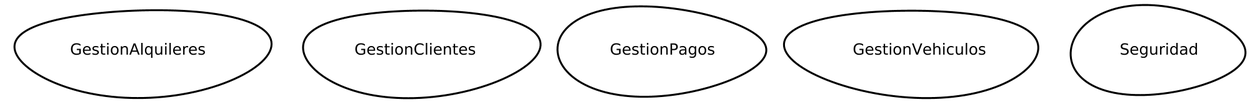
Before: src-gen/HuamanAlquiler_ContextMap.png, a diagram exported from Graphviz (M4rc0HR/SWIIIHuamanAlquiler). Its source is kept beside it as src-gen/HuamanAlquiler_ContextMap.gv. The source it was exported from:
```dot
digraph "ContextMapGraph" {
graph ["imagepath"="/tmp/GraphvizJava"]
"GestionAlquileres" ["margin"="0.3","orientation"="331","shape"="egg","fontsize"="16","style"="bold","label"="GestionAlquileres\n","fontname"="sans-serif"]
"GestionClientes" ["margin"="0.3","orientation"="309","shape"="egg","fontsize"="16","style"="bold","label"="GestionClientes\n","fontname"="sans-serif"]
"GestionPagos" ["margin"="0.3","orientation"="112","shape"="egg","fontsize"="16","style"="bold","label"="GestionPagos\n","fontname"="sans-serif"]
"GestionVehiculos" ["margin"="0.3","orientation"="68","shape"="egg","fontsize"="16","style"="bold","label"="GestionVehiculos\n","fontname"="sans-serif"]
"Seguridad" ["margin"="0.3","orientation"="115","shape"="egg","fontsize"="16","style"="bold","label"="Seguridad\n","fontname"="sans-serif"]
}
```
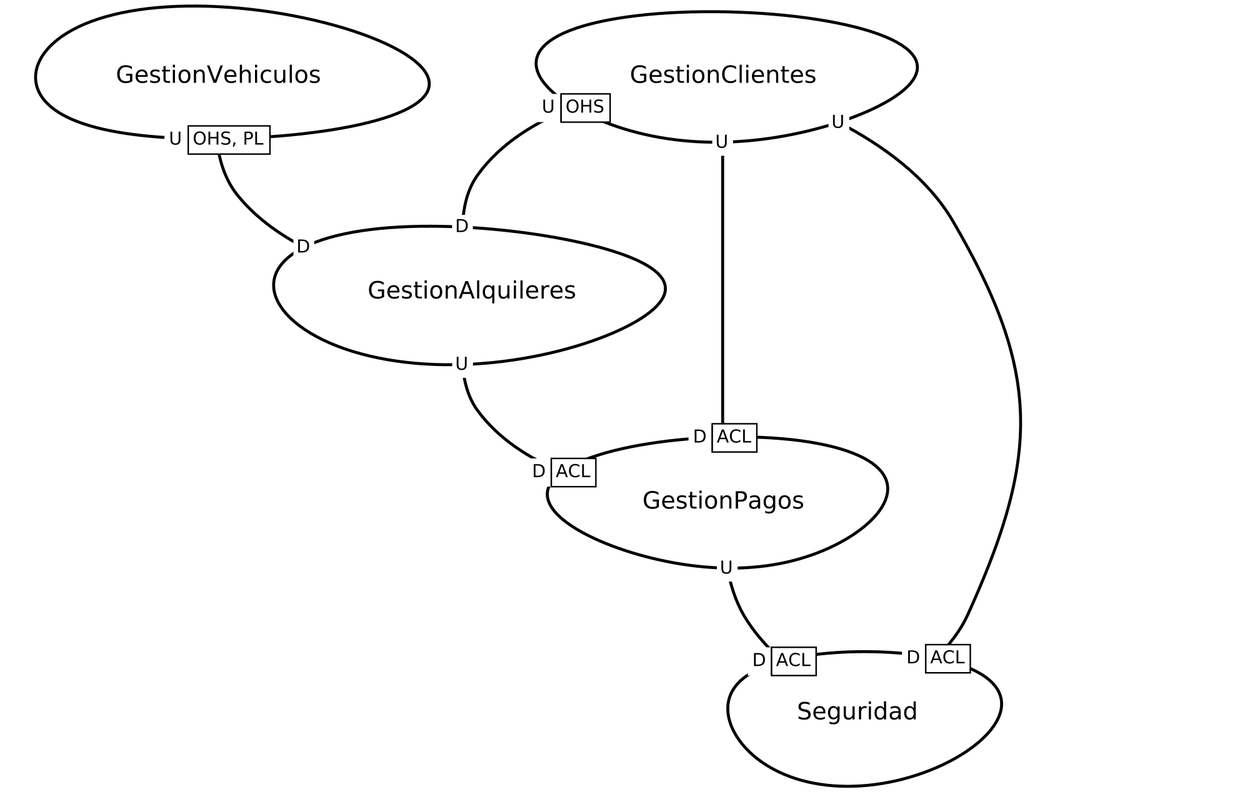
Later version of the same file.

Diff of the diagram source:
```diff
@@ -1,8 +1,38 @@
 digraph "ContextMapGraph" {
 graph ["imagepath"="/tmp/GraphvizJava"]
-"GestionAlquileres" ["margin"="0.3","orientation"="331","shape"="egg","fontsize"="16","style"="bold","label"="GestionAlquileres\n","fontname"="sans-serif"]
-"GestionClientes" ["margin"="0.3","orientation"="309","shape"="egg","fontsize"="16","style"="bold","label"="GestionClientes\n","fontname"="sans-serif"]
-"GestionPagos" ["margin"="0.3","orientation"="112","shape"="egg","fontsize"="16","style"="bold","label"="GestionPagos\n","fontname"="sans-serif"]
-"GestionVehiculos" ["margin"="0.3","orientation"="68","shape"="egg","fontsize"="16","style"="bold","label"="GestionVehiculos\n","fontname"="sans-serif"]
-"Seguridad" ["margin"="0.3","orientation"="115","shape"="egg","fontsize"="16","style"="bold","label"="Seguridad\n","fontname"="sans-serif"]
+"GestionAlquileres" ["margin"="0.3","orientation"="172","shape"="egg","fontsize"="16","style"="bold","label"="GestionAlquileres\n","fontname"="sans-serif"]
+"GestionPagos" ["margin"="0.3","orientation"="232","shape"="egg","fontsize"="16","style"="bold","label"="GestionPagos\n","fontname"="sans-serif"]
+"Seguridad" ["margin"="0.3","orientation"="137","shape"="egg","fontsize"="16","style"="bold","label"="Seguridad\n","fontname"="sans-serif"]
+"GestionClientes" ["margin"="0.3","orientation"="249","shape"="egg","fontsize"="16","style"="bold","label"="GestionClientes\n","fontname"="sans-serif"]
+"GestionVehiculos" ["margin"="0.3","orientation"="79","shape"="egg","fontsize"="16","style"="bold","label"="GestionVehiculos\n","fontname"="sans-serif"]
+"GestionAlquileres" -> "GestionPagos" ["headlabel"=<<table cellspacing="0" cellborder="1" border="0">
+<tr><td bgcolor="white" sides="r">D</td><td sides="trbl" bgcolor="white"><font>ACL</font></td></tr>
+</table>>,"labeldistance"="0","fontsize"="12","taillabel"=<<table cellspacing="0" cellborder="0" border="0">
+<tr><td bgcolor="white">U</td></tr>
+</table>>,"style"="bold","label"="                                        ","dir"="none","fontname"="sans-serif"]
+"GestionPagos" -> "Seguridad" ["headlabel"=<<table cellspacing="0" cellborder="1" border="0">
+<tr><td bgcolor="white" sides="r">D</td><td sides="trbl" bgcolor="white"><font>ACL</font></td></tr>
+</table>>,"labeldistance"="0","fontsize"="12","taillabel"=<<table cellspacing="0" cellborder="0" border="0">
+<tr><td bgcolor="white">U</td></tr>
+</table>>,"style"="bold","label"="                                        ","dir"="none","fontname"="sans-serif"]
+"GestionClientes" -> "GestionAlquileres" ["headlabel"=<<table cellspacing="0" cellborder="0" border="0">
+<tr><td bgcolor="white">D</td></tr>
+</table>>,"labeldistance"="0","fontsize"="12","taillabel"=<<table cellspacing="0" cellborder="1" border="0">
+<tr><td bgcolor="white" sides="r">U</td><td sides="trbl" bgcolor="white"><font>OHS</font></td></tr>
+</table>>,"style"="bold","label"="                                        ","dir"="none","fontname"="sans-serif"]
+"GestionClientes" -> "GestionPagos" ["headlabel"=<<table cellspacing="0" cellborder="1" border="0">
+<tr><td bgcolor="white" sides="r">D</td><td sides="trbl" bgcolor="white"><font>ACL</font></td></tr>
+</table>>,"labeldistance"="0","fontsize"="12","taillabel"=<<table cellspacing="0" cellborder="0" border="0">
+<tr><td bgcolor="white">U</td></tr>
+</table>>,"style"="bold","label"="                                        ","dir"="none","fontname"="sans-serif"]
+"GestionClientes" -> "Seguridad" ["headlabel"=<<table cellspacing="0" cellborder="1" border="0">
+<tr><td bgcolor="white" sides="r">D</td><td sides="trbl" bgcolor="white"><font>ACL</font></td></tr>
+</table>>,"labeldistance"="0","fontsize"="12","taillabel"=<<table cellspacing="0" cellborder="0" border="0">
+<tr><td bgcolor="white">U</td></tr>
+</table>>,"style"="bold","label"="                                        ","dir"="none","fontname"="sans-serif"]
+"GestionVehiculos" -> "GestionAlquileres" ["headlabel"=<<table cellspacing="0" cellborder="0" border="0">
+<tr><td bgcolor="white">D</td></tr>
+</table>>,"labeldistance"="0","fontsize"="12","taillabel"=<<table cellspacing="0" cellborder="1" border="0">
+<tr><td bgcolor="white" sides="r">U</td><td sides="trbl" bgcolor="white"><font>OHS, PL</font></td></tr>
+</table>>,"style"="bold","label"="                                        ","dir"="none","fontname"="sans-serif"]
 }
```
